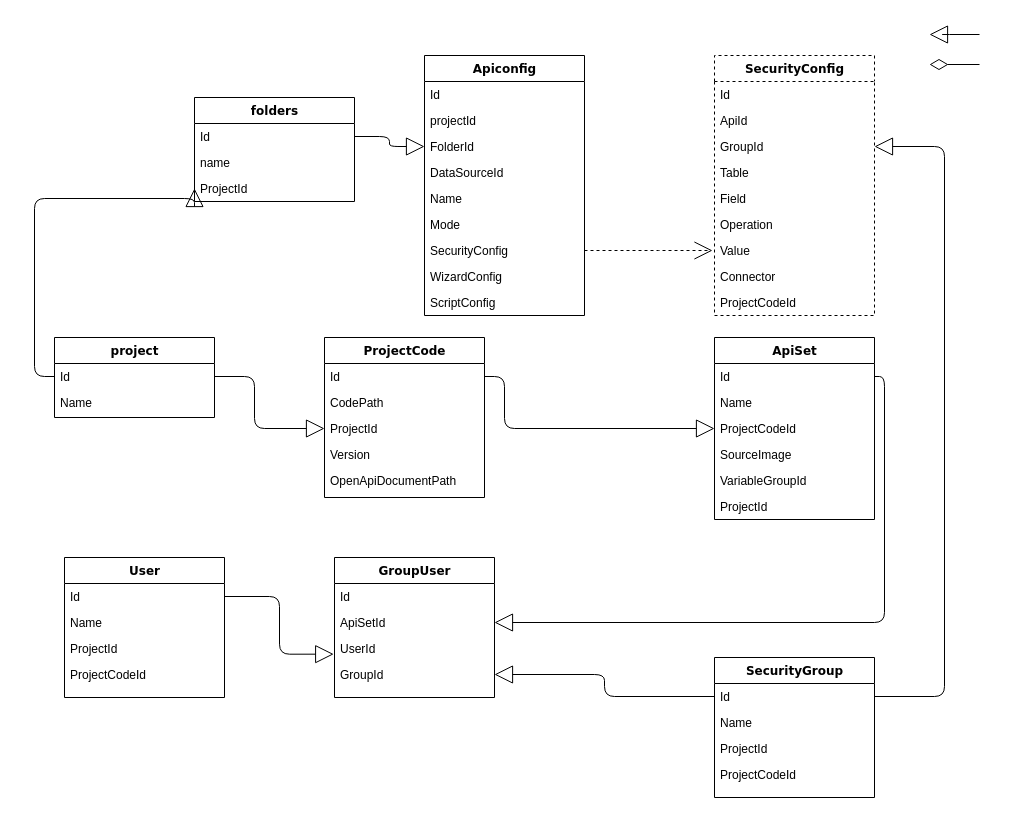
Earlier version of the draw.io diagram Untitled Diagram.drawio (JohnXu/JohnDiagrams). Source tidied: cells renumbered, new cells numbered last; positions are measured from the earlier drawing's top-left corner, leaving out a move shared by most shapes. Both pictures are drawn from the tidied source at 100%, with x=0, y=0 at pixel (34, 34).
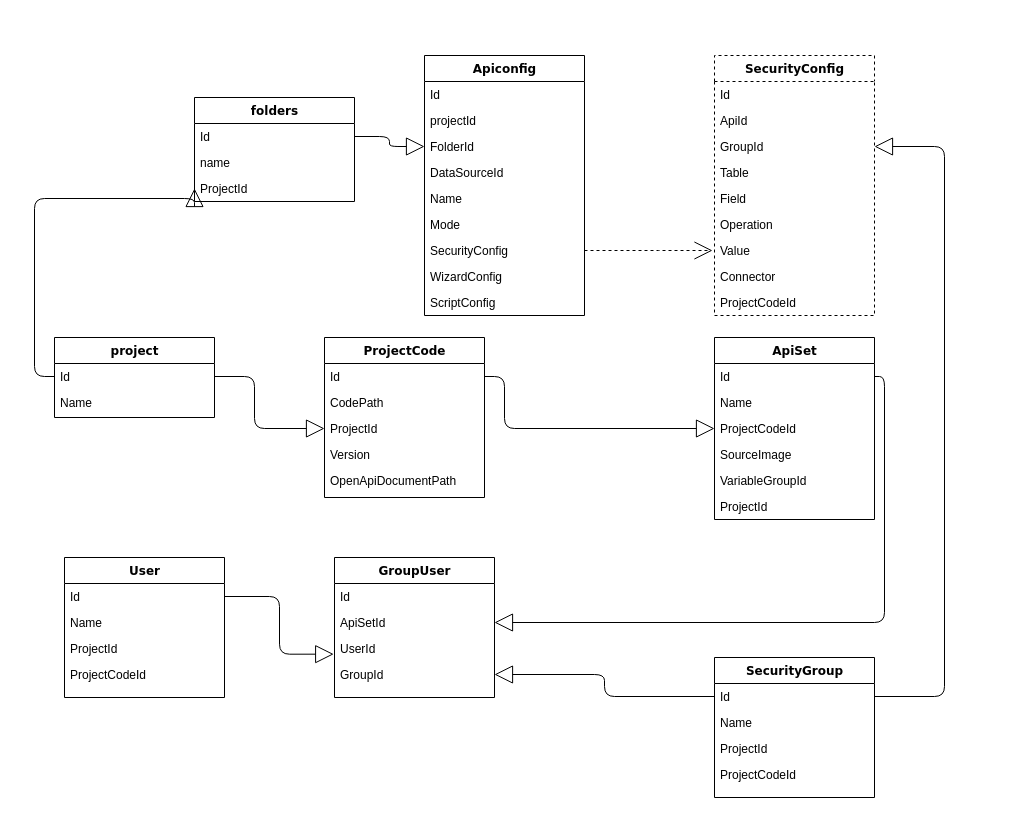
The same diagram, later.

What changed in the source:
```diff
@@
-    <mxCell id="32" style="edgeStyle=elbowEdgeStyle;html=1;labelBackgroundColor=none;startFill=0;startSize=8;endArrow=diamondThin;endFill=0;endSize=16;fontFamily=Verdana;fontSize=12;elbow=vertical;" parent="1" edge="1">
-      <mxGeometry relative="1" as="geometry">
-        <mxPoint x="945" y="30" as="sourcePoint" />
-        <mxPoint x="895" y="30" as="targetPoint" />
-        <Array as="points">
-          <mxPoint x="945" y="30" />
-          <mxPoint x="955" y="80" />
-        </Array>
-      </mxGeometry>
-    </mxCell>
@@
-    <mxCell id="38" style="edgeStyle=orthogonalEdgeStyle;html=1;labelBackgroundColor=none;startFill=0;startSize=8;endArrow=block;endFill=0;endSize=16;fontFamily=Verdana;fontSize=12;" parent="1" edge="1">
-      <mxGeometry relative="1" as="geometry">
-        <mxPoint x="945" as="sourcePoint" />
-        <mxPoint x="895" as="targetPoint" />
-        <Array as="points">
-          <mxPoint x="905" />
-          <mxPoint x="905" />
-        </Array>
-      </mxGeometry>
-    </mxCell>
```
